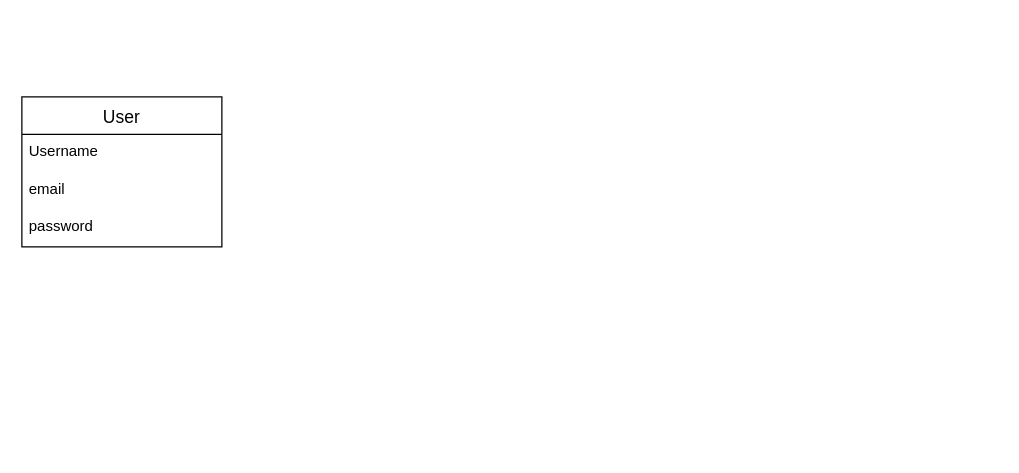
Earlier version of the draw.io diagram СР-2/OPM.drawio (sinami4/intro-to-backend). Source tidied: cells renumbered, new cells numbered last; positions are measured from the earlier drawing's top-left corner, leaving out a move shared by most shapes. Both pictures are drawn from the tidied source at 125%, with x=0, y=0 at pixel (21, 96).
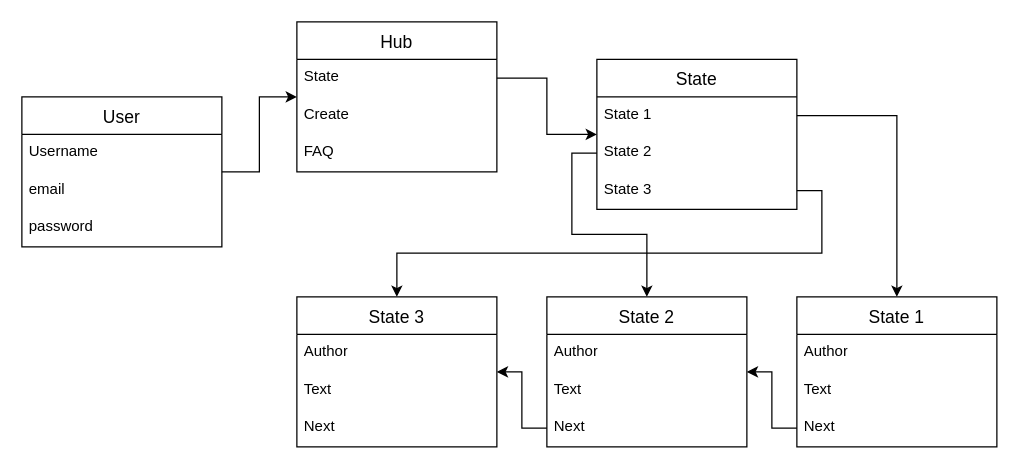
The same page after the edit.

The change refers to these unchanged cells:
```xml
<mxCell id="2" value="User" style="swimlane;fontStyle=0;horizontal=1;startSize=30;align=center;fontSize=14;" parent="1" vertex="1">
  <mxGeometry width="160" height="120" as="geometry" />
</mxCell>
```

Change to the diagram source:
```diff
@@
+    <mxCell id="6" style="edgeStyle=orthogonalEdgeStyle;rounded=0;jettySize=auto;html=1;" parent="1" edge="1" source="2" target="7">
+      <mxGeometry relative="1" as="geometry" />
+    </mxCell>
@@
+    <mxCell id="7" value="Hub" style="swimlane;fontStyle=0;horizontal=1;startSize=30;align=center;fontSize=14;" parent="1" vertex="1">
+      <mxGeometry x="220" y="-60" width="160" height="120" as="geometry" />
+    </mxCell>
+    <mxCell id="8" value="State" style="text;strokeColor=none;fillColor=none;spacingLeft=4;spacingRight=4;overflow=hidden;points=[[0,0.5],[1,0.5]];portConstraint=eastwest;fontSize=12;whiteSpace=wrap;html=1;" parent="7" vertex="1">
+      <mxGeometry y="30" width="160" height="30" as="geometry" />
+    </mxCell>
+    <mxCell id="9" value="Create" style="text;strokeColor=none;fillColor=none;spacingLeft=4;spacingRight=4;overflow=hidden;fontSize=12;whiteSpace=wrap;html=1;" parent="7" vertex="1">
+      <mxGeometry y="60" width="160" height="30" as="geometry" />
+    </mxCell>
+    <mxCell id="10" value="FAQ" style="text;strokeColor=none;fillColor=none;spacingLeft=4;spacingRight=4;overflow=hidden;fontSize=12;whiteSpace=wrap;html=1;" parent="7" vertex="1">
+      <mxGeometry y="90" width="160" height="30" as="geometry" />
+    </mxCell>
+    <mxCell id="11" value="State" style="swimlane;fontStyle=0;horizontal=1;startSize=30;align=center;fontSize=14;" parent="1" vertex="1">
+      <mxGeometry x="460" y="-30" width="160" height="120" as="geometry" />
+    </mxCell>
+    <mxCell id="12" value="State 1" style="text;strokeColor=none;fillColor=none;spacingLeft=4;spacingRight=4;overflow=hidden;points=[[0,0.5],[1,0.5]];portConstraint=eastwest;fontSize=12;whiteSpace=wrap;html=1;" parent="11" vertex="1">
+      <mxGeometry y="30" width="160" height="30" as="geometry" />
+    </mxCell>
+    <mxCell id="13" value="State 2" style="text;strokeColor=none;fillColor=none;spacingLeft=4;spacingRight=4;overflow=hidden;points=[[0,0.5],[1,0.5]];portConstraint=eastwest;fontSize=12;whiteSpace=wrap;html=1;" parent="11" vertex="1">
+      <mxGeometry y="60" width="160" height="30" as="geometry" />
+    </mxCell>
+    <mxCell id="14" value="State 3" style="text;strokeColor=none;fillColor=none;spacingLeft=4;spacingRight=4;overflow=hidden;points=[[0,0.5],[1,0.5]];portConstraint=eastwest;fontSize=12;whiteSpace=wrap;html=1;" parent="11" vertex="1">
+      <mxGeometry y="90" width="160" height="30" as="geometry" />
+    </mxCell>
+    <mxCell id="15" style="edgeStyle=orthogonalEdgeStyle;rounded=0;jettySize=auto;html=1;" parent="1" edge="1" source="8" target="11">
+      <mxGeometry relative="1" as="geometry" />
+    </mxCell>
+    <mxCell id="16" value="State 1" style="swimlane;fontStyle=0;horizontal=1;startSize=30;align=center;fontSize=14;" parent="1" vertex="1">
+      <mxGeometry x="620" y="160" width="160" height="120" as="geometry" />
+    </mxCell>
+    <mxCell id="17" value="Author" style="text;strokeColor=none;fillColor=none;spacingLeft=4;spacingRight=4;overflow=hidden;fontSize=12;whiteSpace=wrap;html=1;" parent="16" vertex="1">
+      <mxGeometry y="30" width="160" height="30" as="geometry" />
+    </mxCell>
+    <mxCell id="18" value="Text" style="text;strokeColor=none;fillColor=none;spacingLeft=4;spacingRight=4;overflow=hidden;fontSize=12;whiteSpace=wrap;html=1;" parent="16" vertex="1">
+      <mxGeometry y="60" width="160" height="30" as="geometry" />
+    </mxCell>
+    <mxCell id="19" value="Next" style="text;strokeColor=none;fillColor=none;spacingLeft=4;spacingRight=4;overflow=hidden;points=[[0,0.5],[1,0.5]];portConstraint=eastwest;fontSize=12;whiteSpace=wrap;html=1;" parent="16" vertex="1">
+      <mxGeometry y="90" width="160" height="30" as="geometry" />
+    </mxCell>
+    <mxCell id="20" style="edgeStyle=orthogonalEdgeStyle;rounded=0;jettySize=auto;html=1;" parent="1" edge="1" source="12" target="16">
+      <mxGeometry relative="1" as="geometry" />
+    </mxCell>
+    <mxCell id="21" value="State 2" style="swimlane;fontStyle=0;horizontal=1;startSize=30;align=center;fontSize=14;" parent="1" vertex="1">
+      <mxGeometry x="420" y="160" width="160" height="120" as="geometry" />
+    </mxCell>
+    <mxCell id="22" value="Author" style="text;strokeColor=none;fillColor=none;spacingLeft=4;spacingRight=4;overflow=hidden;fontSize=12;whiteSpace=wrap;html=1;" parent="21" vertex="1">
+      <mxGeometry y="30" width="160" height="30" as="geometry" />
+    </mxCell>
+    <mxCell id="23" value="Text" style="text;strokeColor=none;fillColor=none;spacingLeft=4;spacingRight=4;overflow=hidden;fontSize=12;whiteSpace=wrap;html=1;" parent="21" vertex="1">
+      <mxGeometry y="60" width="160" height="30" as="geometry" />
+    </mxCell>
+    <mxCell id="24" value="Next" style="text;strokeColor=none;fillColor=none;spacingLeft=4;spacingRight=4;overflow=hidden;points=[[0,0.5],[1,0.5]];portConstraint=eastwest;fontSize=12;whiteSpace=wrap;html=1;" parent="21" vertex="1">
+      <mxGeometry y="90" width="160" height="30" as="geometry" />
+    </mxCell>
+    <mxCell id="25" value="State 3" style="swimlane;fontStyle=0;horizontal=1;startSize=30;align=center;fontSize=14;" parent="1" vertex="1">
+      <mxGeometry x="220" y="160" width="160" height="120" as="geometry" />
+    </mxCell>
+    <mxCell id="26" value="Author" style="text;strokeColor=none;fillColor=none;spacingLeft=4;spacingRight=4;overflow=hidden;fontSize=12;whiteSpace=wrap;html=1;" parent="25" vertex="1">
+      <mxGeometry y="30" width="160" height="30" as="geometry" />
+    </mxCell>
+    <mxCell id="27" value="Text" style="text;strokeColor=none;fillColor=none;spacingLeft=4;spacingRight=4;overflow=hidden;fontSize=12;whiteSpace=wrap;html=1;" parent="25" vertex="1">
+      <mxGeometry y="60" width="160" height="30" as="geometry" />
+    </mxCell>
+    <mxCell id="28" value="Next" style="text;strokeColor=none;fillColor=none;spacingLeft=4;spacingRight=4;overflow=hidden;fontSize=12;whiteSpace=wrap;html=1;" parent="25" vertex="1">
+      <mxGeometry y="90" width="160" height="30" as="geometry" />
+    </mxCell>
+    <mxCell id="29" style="edgeStyle=orthogonalEdgeStyle;rounded=0;jettySize=auto;html=1;" parent="1" edge="1" source="13" target="21">
+      <mxGeometry relative="1" as="geometry" />
+    </mxCell>
+    <mxCell id="30" style="edgeStyle=orthogonalEdgeStyle;rounded=0;jettySize=auto;html=1;exitX=1;exitY=0.5;exitDx=0;exitDy=0;" parent="1" edge="1" source="14" target="25">
+      <mxGeometry relative="1" as="geometry" />
+    </mxCell>
+    <mxCell id="31" style="edgeStyle=orthogonalEdgeStyle;rounded=0;jettySize=auto;html=1;" parent="1" edge="1" source="19" target="21">
+      <mxGeometry relative="1" as="geometry" />
+    </mxCell>
+    <mxCell id="32" style="edgeStyle=orthogonalEdgeStyle;rounded=0;jettySize=auto;html=1;" parent="1" edge="1" source="24" target="25">
+      <mxGeometry relative="1" as="geometry" />
+    </mxCell>
```
